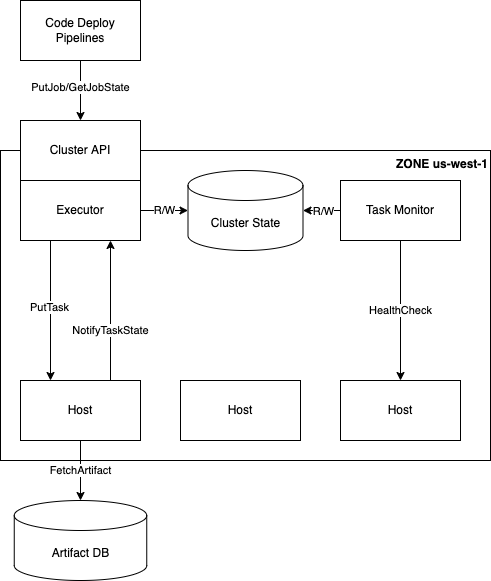
Above: diagrams/deploy_cluster.png in alexsteele/designs (draw.io), before the change. Source tidied: cells renumbered, new cells last; positions are measured from the earlier drawing's top-left corner, leaving out a move shared by most shapes. The source it was exported from:
```xml
<mxGraphModel>
  <root>
    <mxCell id="0" />
    <mxCell id="1" parent="0" />
    <mxCell id="2" value="&lt;b&gt;ZONE us-west-1&lt;/b&gt;" style="rounded=0;whiteSpace=wrap;html=1;align=right;verticalAlign=top;" parent="1" vertex="1">
      <mxGeometry y="150" width="490" height="310" as="geometry" />
    </mxCell>
    <mxCell id="3" value="Cluster API" style="rounded=0;whiteSpace=wrap;html=1;" parent="1" vertex="1">
      <mxGeometry x="20" y="120" width="120" height="60" as="geometry" />
    </mxCell>
    <mxCell id="4" value="Cluster State" style="shape=cylinder3;whiteSpace=wrap;html=1;boundedLbl=1;backgroundOutline=1;size=15;" parent="1" vertex="1">
      <mxGeometry x="187.5" y="170" width="115" height="80" as="geometry" />
    </mxCell>
    <mxCell id="5" value="HealthCheck" style="edgeStyle=orthogonalEdgeStyle;rounded=0;jettySize=auto;html=1;exitX=0.5;exitY=1;exitDx=0;exitDy=0;startArrow=none;startFill=0;endArrow=classic;endFill=1;" parent="1" edge="1" source="8" target="13">
      <mxGeometry relative="1" as="geometry" />
    </mxCell>
    <mxCell id="6" style="edgeStyle=orthogonalEdgeStyle;rounded=0;jettySize=auto;html=1;exitX=0;exitY=0.5;exitDx=0;exitDy=0;entryX=1;entryY=0.5;entryDx=0;entryDy=0;entryPerimeter=0;startArrow=none;startFill=0;endArrow=classic;endFill=1;" parent="1" edge="1" source="8" target="4">
      <mxGeometry relative="1" as="geometry" />
    </mxCell>
    <mxCell id="7" value="R/W" style="edgeLabel;html=1;align=center;verticalAlign=middle;" parent="6" vertex="1">
      <mxGeometry x="-0.06" relative="1" as="geometry" />
    </mxCell>
    <mxCell id="8" value="Task Monitor" style="rounded=0;whiteSpace=wrap;html=1;" parent="1" vertex="1">
      <mxGeometry x="340" y="180" width="120" height="60" as="geometry" />
    </mxCell>
    <mxCell id="9" value="NotifyTaskState" style="edgeStyle=orthogonalEdgeStyle;rounded=0;jettySize=auto;html=1;exitX=0.75;exitY=0;exitDx=0;exitDy=0;entryX=0.75;entryY=1;entryDx=0;entryDy=0;startArrow=none;startFill=0;endArrow=classic;endFill=1;" parent="1" edge="1" source="11" target="17">
      <mxGeometry x="-0.29" relative="1" as="geometry" />
    </mxCell>
    <mxCell id="10" value="FetchArtifact" style="rounded=0;jettySize=auto;html=1;exitX=0.5;exitY=1;exitDx=0;exitDy=0;startArrow=none;startFill=0;endArrow=classic;endFill=1;entryX=0.5;entryY=0;entryDx=0;entryDy=0;entryPerimeter=0;" parent="1" edge="1" source="11" target="21">
      <mxGeometry relative="1" as="geometry" />
    </mxCell>
    <mxCell id="11" value="Host" style="rounded=0;whiteSpace=wrap;html=1;" parent="1" vertex="1">
      <mxGeometry x="20" y="380" width="120" height="60" as="geometry" />
    </mxCell>
    <mxCell id="12" value="Host" style="rounded=0;whiteSpace=wrap;html=1;" parent="1" vertex="1">
      <mxGeometry x="180" y="380" width="120" height="60" as="geometry" />
    </mxCell>
    <mxCell id="13" value="Host" style="rounded=0;whiteSpace=wrap;html=1;" parent="1" vertex="1">
      <mxGeometry x="340" y="380" width="120" height="60" as="geometry" />
    </mxCell>
    <mxCell id="14" style="edgeStyle=orthogonalEdgeStyle;rounded=0;jettySize=auto;html=1;exitX=0.25;exitY=1;exitDx=0;exitDy=0;entryX=0.25;entryY=0;entryDx=0;entryDy=0;startArrow=none;startFill=0;endArrow=classic;endFill=1;" parent="1" edge="1" source="17" target="11">
      <mxGeometry relative="1" as="geometry" />
    </mxCell>
    <mxCell id="15" value="PutTask" style="edgeLabel;html=1;align=center;verticalAlign=middle;" parent="14" vertex="1">
      <mxGeometry x="-0.06" y="-2" relative="1" as="geometry" />
    </mxCell>
    <mxCell id="16" value="R/W" style="edgeStyle=orthogonalEdgeStyle;rounded=0;jettySize=auto;html=1;exitX=1;exitY=0.5;exitDx=0;exitDy=0;entryX=0;entryY=0.5;entryDx=0;entryDy=0;entryPerimeter=0;startArrow=none;startFill=0;endArrow=classic;endFill=1;" parent="1" edge="1" source="17" target="4">
      <mxGeometry relative="1" as="geometry" />
    </mxCell>
    <mxCell id="17" value="Executor" style="rounded=0;whiteSpace=wrap;html=1;" parent="1" vertex="1">
      <mxGeometry x="20" y="180" width="120" height="60" as="geometry" />
    </mxCell>
    <mxCell id="18" style="edgeStyle=orthogonalEdgeStyle;rounded=0;jettySize=auto;html=1;exitX=0.5;exitY=1;exitDx=0;exitDy=0;entryX=0.5;entryY=0;entryDx=0;entryDy=0;startArrow=none;startFill=0;endArrow=classic;endFill=1;" parent="1" edge="1" source="20" target="3">
      <mxGeometry relative="1" as="geometry" />
    </mxCell>
    <mxCell id="19" value="PutJob/GetJobState" style="edgeLabel;html=1;align=center;verticalAlign=middle;" parent="18" vertex="1">
      <mxGeometry x="-0.12" y="-1" relative="1" as="geometry" />
    </mxCell>
    <mxCell id="20" value="Code Deploy&lt;br&gt;Pipelines" style="rounded=0;whiteSpace=wrap;html=1;" parent="1" vertex="1">
      <mxGeometry x="20" width="120" height="60" as="geometry" />
    </mxCell>
    <mxCell id="21" value="Artifact DB" style="shape=cylinder3;whiteSpace=wrap;html=1;boundedLbl=1;backgroundOutline=1;size=15;" parent="1" vertex="1">
      <mxGeometry x="13.8" y="500" width="132.5" height="80" as="geometry" />
    </mxCell>
  </root>
</mxGraphModel>
```
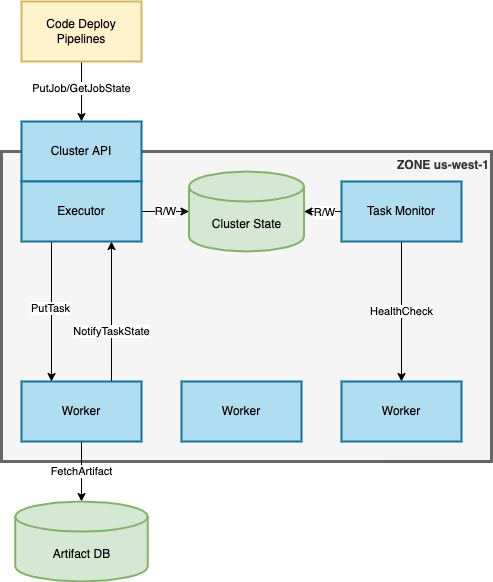
After the commit.

Commit message:
Update deploy diagrams

Change to the diagram source:
```diff
@@ -2,13 +2,13 @@
   <root>
     <mxCell id="0" />
     <mxCell id="1" parent="0" />
-    <mxCell id="2" value="&lt;b&gt;ZONE us-west-1&lt;/b&gt;" style="rounded=0;whiteSpace=wrap;html=1;align=right;verticalAlign=top;" parent="1" vertex="1">
+    <mxCell id="2" value="&lt;b&gt;ZONE us-west-1&lt;/b&gt;" style="rounded=0;whiteSpace=wrap;html=1;align=right;verticalAlign=top;fillColor=#f5f5f5;fontColor=#333333;strokeColor=#666666;strokeWidth=3;" parent="1" vertex="1">
       <mxGeometry y="150" width="490" height="310" as="geometry" />
     </mxCell>
-    <mxCell id="3" value="Cluster API" style="rounded=0;whiteSpace=wrap;html=1;" parent="1" vertex="1">
+    <mxCell id="3" value="Cluster API" style="rounded=0;whiteSpace=wrap;html=1;strokeWidth=2;fillColor=#b1ddf0;strokeColor=#10739e;" parent="1" vertex="1">
       <mxGeometry x="20" y="120" width="120" height="60" as="geometry" />
     </mxCell>
-    <mxCell id="4" value="Cluster State" style="shape=cylinder3;whiteSpace=wrap;html=1;boundedLbl=1;backgroundOutline=1;size=15;" parent="1" vertex="1">
+    <mxCell id="4" value="Cluster State" style="shape=cylinder3;whiteSpace=wrap;html=1;boundedLbl=1;backgroundOutline=1;size=15;fillColor=#d5e8d4;strokeColor=#82b366;strokeWidth=2;" parent="1" vertex="1">
       <mxGeometry x="187.5" y="170" width="115" height="80" as="geometry" />
     </mxCell>
     <mxCell id="5" value="HealthCheck" style="edgeStyle=orthogonalEdgeStyle;rounded=0;jettySize=auto;html=1;exitX=0.5;exitY=1;exitDx=0;exitDy=0;startArrow=none;startFill=0;endArrow=classic;endFill=1;" parent="1" edge="1" source="8" target="13">
@@ -20,7 +20,7 @@
     <mxCell id="7" value="R/W" style="edgeLabel;html=1;align=center;verticalAlign=middle;" parent="6" vertex="1">
       <mxGeometry x="-0.06" relative="1" as="geometry" />
     </mxCell>
-    <mxCell id="8" value="Task Monitor" style="rounded=0;whiteSpace=wrap;html=1;" parent="1" vertex="1">
+    <mxCell id="8" value="Task Monitor" style="rounded=0;whiteSpace=wrap;html=1;strokeWidth=2;fillColor=#b1ddf0;strokeColor=#10739e;" parent="1" vertex="1">
       <mxGeometry x="340" y="180" width="120" height="60" as="geometry" />
     </mxCell>
     <mxCell id="9" value="NotifyTaskState" style="edgeStyle=orthogonalEdgeStyle;rounded=0;jettySize=auto;html=1;exitX=0.75;exitY=0;exitDx=0;exitDy=0;entryX=0.75;entryY=1;entryDx=0;entryDy=0;startArrow=none;startFill=0;endArrow=classic;endFill=1;" parent="1" edge="1" source="11" target="17">
@@ -29,13 +29,13 @@
     <mxCell id="10" value="FetchArtifact" style="rounded=0;jettySize=auto;html=1;exitX=0.5;exitY=1;exitDx=0;exitDy=0;startArrow=none;startFill=0;endArrow=classic;endFill=1;entryX=0.5;entryY=0;entryDx=0;entryDy=0;entryPerimeter=0;" parent="1" edge="1" source="11" target="21">
       <mxGeometry relative="1" as="geometry" />
     </mxCell>
-    <mxCell id="11" value="Host" style="rounded=0;whiteSpace=wrap;html=1;" parent="1" vertex="1">
+    <mxCell id="11" value="Worker" style="rounded=0;whiteSpace=wrap;html=1;strokeWidth=2;fillColor=#b1ddf0;strokeColor=#10739e;" parent="1" vertex="1">
       <mxGeometry x="20" y="380" width="120" height="60" as="geometry" />
     </mxCell>
-    <mxCell id="12" value="Host" style="rounded=0;whiteSpace=wrap;html=1;" parent="1" vertex="1">
+    <mxCell id="12" value="Worker" style="rounded=0;whiteSpace=wrap;html=1;strokeWidth=2;fillColor=#b1ddf0;strokeColor=#10739e;" parent="1" vertex="1">
       <mxGeometry x="180" y="380" width="120" height="60" as="geometry" />
     </mxCell>
-    <mxCell id="13" value="Host" style="rounded=0;whiteSpace=wrap;html=1;" parent="1" vertex="1">
+    <mxCell id="13" value="Worker" style="rounded=0;whiteSpace=wrap;html=1;strokeWidth=2;fillColor=#b1ddf0;strokeColor=#10739e;" parent="1" vertex="1">
       <mxGeometry x="340" y="380" width="120" height="60" as="geometry" />
     </mxCell>
     <mxCell id="14" style="edgeStyle=orthogonalEdgeStyle;rounded=0;jettySize=auto;html=1;exitX=0.25;exitY=1;exitDx=0;exitDy=0;entryX=0.25;entryY=0;entryDx=0;entryDy=0;startArrow=none;startFill=0;endArrow=classic;endFill=1;" parent="1" edge="1" source="17" target="11">
@@ -47,7 +47,7 @@
     <mxCell id="16" value="R/W" style="edgeStyle=orthogonalEdgeStyle;rounded=0;jettySize=auto;html=1;exitX=1;exitY=0.5;exitDx=0;exitDy=0;entryX=0;entryY=0.5;entryDx=0;entryDy=0;entryPerimeter=0;startArrow=none;startFill=0;endArrow=classic;endFill=1;" parent="1" edge="1" source="17" target="4">
       <mxGeometry relative="1" as="geometry" />
     </mxCell>
-    <mxCell id="17" value="Executor" style="rounded=0;whiteSpace=wrap;html=1;" parent="1" vertex="1">
+    <mxCell id="17" value="Executor" style="rounded=0;whiteSpace=wrap;html=1;strokeWidth=2;fillColor=#b1ddf0;strokeColor=#10739e;" parent="1" vertex="1">
       <mxGeometry x="20" y="180" width="120" height="60" as="geometry" />
     </mxCell>
     <mxCell id="18" style="edgeStyle=orthogonalEdgeStyle;rounded=0;jettySize=auto;html=1;exitX=0.5;exitY=1;exitDx=0;exitDy=0;entryX=0.5;entryY=0;entryDx=0;entryDy=0;startArrow=none;startFill=0;endArrow=classic;endFill=1;" parent="1" edge="1" source="20" target="3">
@@ -56,10 +56,10 @@
     <mxCell id="19" value="PutJob/GetJobState" style="edgeLabel;html=1;align=center;verticalAlign=middle;" parent="18" vertex="1">
       <mxGeometry x="-0.12" y="-1" relative="1" as="geometry" />
     </mxCell>
-    <mxCell id="20" value="Code Deploy&lt;br&gt;Pipelines" style="rounded=0;whiteSpace=wrap;html=1;" parent="1" vertex="1">
+    <mxCell id="20" value="Code Deploy&lt;br&gt;Pipelines" style="rounded=0;whiteSpace=wrap;html=1;strokeWidth=2;fillColor=#fff2cc;strokeColor=#d6b656;" parent="1" vertex="1">
       <mxGeometry x="20" width="120" height="60" as="geometry" />
     </mxCell>
-    <mxCell id="21" value="Artifact DB" style="shape=cylinder3;whiteSpace=wrap;html=1;boundedLbl=1;backgroundOutline=1;size=15;" parent="1" vertex="1">
+    <mxCell id="21" value="Artifact DB" style="shape=cylinder3;whiteSpace=wrap;html=1;boundedLbl=1;backgroundOutline=1;size=15;fillColor=#d5e8d4;strokeColor=#82b366;strokeWidth=2;" parent="1" vertex="1">
       <mxGeometry x="13.8" y="500" width="132.5" height="80" as="geometry" />
     </mxCell>
   </root>
```
